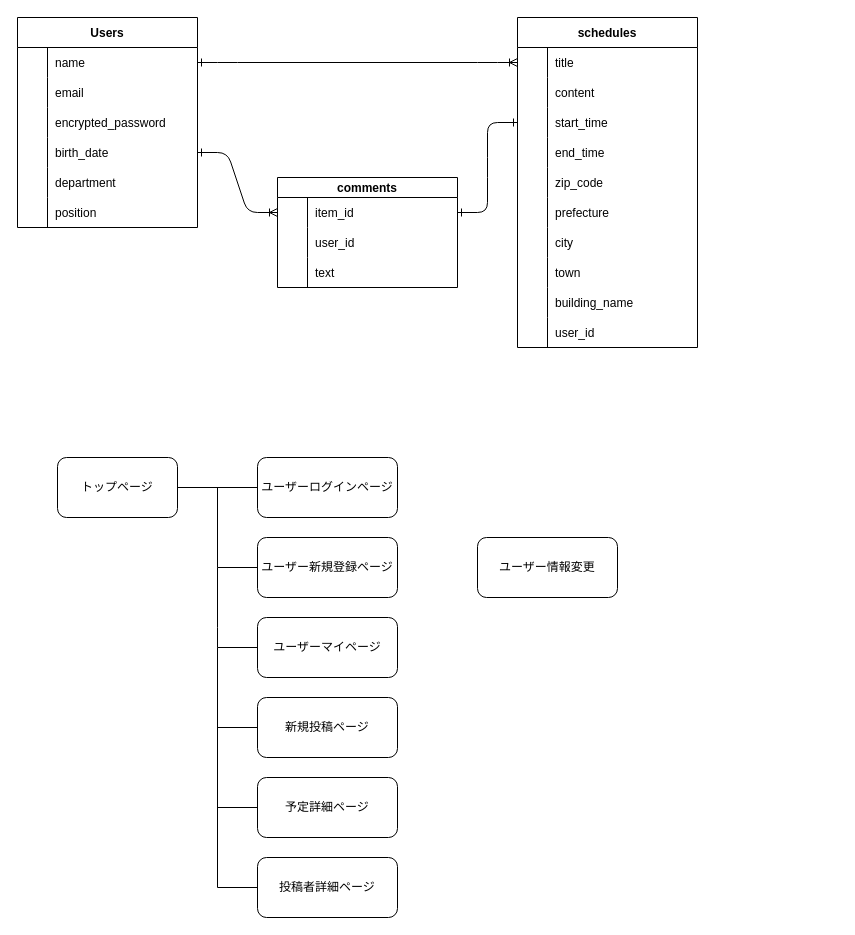
Above: schedule_calendar.dio in hirokichitana/schedule-calendar (draw.io), before the change. Source tidied: cells renumbered, new cells numbered last; positions are measured from the earlier drawing's top-left corner, leaving out a move shared by most shapes. Both pictures are drawn from the tidied source at 100%, with x=0, y=0 at pixel (17, 17).
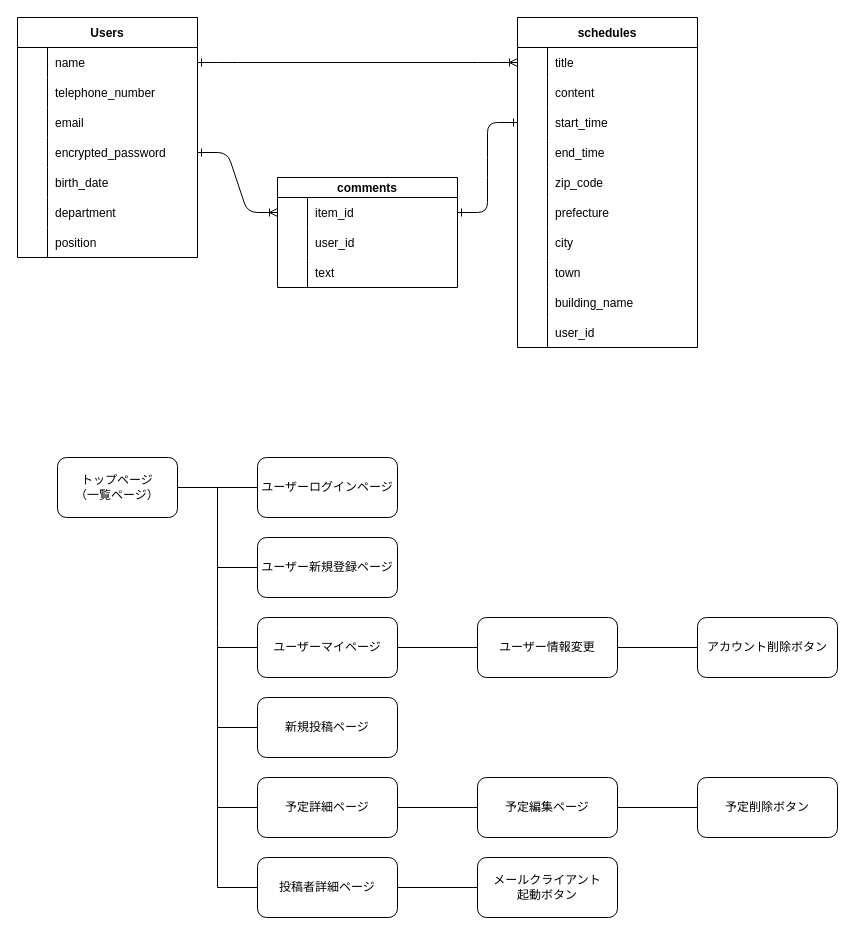
The same diagram, later.

Unchanged cells that the change refers to:
```xml
<mxCell id="37" style="shape=partialRectangle;fillColor=none;top=0;left=0;bottom=0;right=0;" parent="33" vertex="1">
  <mxGeometry y="60" width="180" height="30" as="geometry" />
</mxCell>
<mxCell id="40" style="shape=partialRectangle;fillColor=none;top=0;left=0;bottom=0;right=0;" parent="33" vertex="1">
  <mxGeometry y="90" width="180" height="30" as="geometry" />
</mxCell>
<mxCell id="43" style="shape=partialRectangle;fillColor=none;top=0;left=0;bottom=0;right=0;points=[[0,0.5],[1,0.5]];portConstraint=eastwest;" parent="33" vertex="1">
  <mxGeometry y="120" width="180" height="30" as="geometry" />
</mxCell>
<mxCell id="46" style="shape=partialRectangle;fillColor=none;top=0;left=0;bottom=0;right=0;" parent="33" vertex="1">
  <mxGeometry y="150" width="180" height="30" as="geometry" />
</mxCell>
<mxCell id="49" style="shape=partialRectangle;fillColor=none;top=0;left=0;bottom=0;right=0;" parent="33" vertex="1">
  <mxGeometry y="180" width="180" height="30" as="geometry" />
</mxCell>
<mxCell id="71" value="ユーザーマイページ" style="rounded=1;whiteSpace=wrap;html=1;" parent="1" vertex="1">
  <mxGeometry x="240" y="600" width="140" height="60" as="geometry" />
</mxCell>
<mxCell id="73" value="予定詳細ページ" style="rounded=1;whiteSpace=wrap;html=1;" parent="1" vertex="1">
  <mxGeometry x="240" y="760" width="140" height="60" as="geometry" />
</mxCell>
<mxCell id="74" value="投稿者詳細ページ" style="rounded=1;whiteSpace=wrap;html=1;" parent="1" vertex="1">
  <mxGeometry x="240" y="840" width="140" height="60" as="geometry" />
</mxCell>
```

The edit, as a diff of the source:
```diff
@@
     <mxCell id="33" value="Users" style="shape=table;startSize=30;childLayout=tableLayout;rowLines=0;fontStyle=1;align=center;" parent="1" vertex="1">
-      <mxGeometry width="180" height="210" as="geometry" />
+      <mxGeometry width="180" height="240" as="geometry" />
     </mxCell>
@@
-    <mxCell id="39" value="email" style="shape=partialRectangle;fillColor=none;top=0;left=0;bottom=0;right=0;align=left;spacingLeft=6;overflow=hidden;" parent="37" vertex="1">
+    <mxCell id="39" value="telephone_number" style="shape=partialRectangle;fillColor=none;top=0;left=0;bottom=0;right=0;align=left;spacingLeft=6;overflow=hidden;" parent="37" vertex="1">
       <mxGeometry x="30" width="150" height="30" as="geometry" />
     </mxCell>
@@
-    <mxCell id="42" value="encrypted_password" style="shape=partialRectangle;fillColor=none;top=0;left=0;bottom=0;right=0;align=left;spacingLeft=6;overflow=hidden;" parent="40" vertex="1">
+    <mxCell id="42" value="email" style="shape=partialRectangle;fillColor=none;top=0;left=0;bottom=0;right=0;align=left;spacingLeft=6;overflow=hidden;" parent="40" vertex="1">
       <mxGeometry x="30" width="150" height="30" as="geometry" />
     </mxCell>
@@
-    <mxCell id="45" value="birth_date" style="shape=partialRectangle;fillColor=none;top=0;left=0;bottom=0;right=0;align=left;spacingLeft=6;overflow=hidden;" parent="43" vertex="1">
+    <mxCell id="45" value="encrypted_password" style="shape=partialRectangle;fillColor=none;top=0;left=0;bottom=0;right=0;align=left;spacingLeft=6;overflow=hidden;" parent="43" vertex="1">
       <mxGeometry x="30" width="150" height="30" as="geometry" />
     </mxCell>
@@
-    <mxCell id="48" value="department" style="shape=partialRectangle;fillColor=none;top=0;left=0;bottom=0;right=0;align=left;spacingLeft=6;overflow=hidden;" parent="46" vertex="1">
+    <mxCell id="48" value="birth_date" style="shape=partialRectangle;fillColor=none;top=0;left=0;bottom=0;right=0;align=left;spacingLeft=6;overflow=hidden;" parent="46" vertex="1">
       <mxGeometry x="30" width="150" height="30" as="geometry" />
     </mxCell>
@@
-    <mxCell id="51" value="position" style="shape=partialRectangle;fillColor=none;top=0;left=0;bottom=0;right=0;align=left;spacingLeft=6;overflow=hidden;" parent="49" vertex="1">
+    <mxCell id="51" value="department" style="shape=partialRectangle;fillColor=none;top=0;left=0;bottom=0;right=0;align=left;spacingLeft=6;overflow=hidden;" parent="49" vertex="1">
       <mxGeometry x="30" width="150" height="30" as="geometry" />
     </mxCell>
+    <mxCell id="81" style="shape=partialRectangle;fillColor=none;top=0;left=0;bottom=0;right=0;" parent="33" vertex="1">
+      <mxGeometry y="210" width="180" height="30" as="geometry" />
+    </mxCell>
+    <mxCell id="82" style="shape=partialRectangle;fillColor=none;top=0;left=0;bottom=0;right=0;overflow=hidden;" parent="81" vertex="1">
+      <mxGeometry width="30" height="30" as="geometry" />
+    </mxCell>
+    <mxCell id="83" value="position" style="shape=partialRectangle;fillColor=none;top=0;left=0;bottom=0;right=0;align=left;spacingLeft=6;overflow=hidden;" parent="81" vertex="1">
+      <mxGeometry x="30" width="150" height="30" as="geometry" />
+    </mxCell>
@@
-    <mxCell id="65" value="トップページ" style="rounded=1;whiteSpace=wrap;html=1;" parent="1" vertex="1">
+    <mxCell id="65" value="トップページ&lt;br&gt;（一覧ページ）" style="rounded=1;whiteSpace=wrap;html=1;" parent="1" vertex="1">
       <mxGeometry x="40" y="440" width="120" height="60" as="geometry" />
     </mxCell>
@@
     <mxCell id="80" value="ユーザー情報変更" style="rounded=1;whiteSpace=wrap;html=1;" parent="1" vertex="1">
-      <mxGeometry x="460" y="520" width="140" height="60" as="geometry" />
+      <mxGeometry x="460" y="600" width="140" height="60" as="geometry" />
     </mxCell>
+    <mxCell id="84" value="アカウント削除ボタン" style="rounded=1;whiteSpace=wrap;html=1;" parent="1" vertex="1">
+      <mxGeometry x="680" y="600" width="140" height="60" as="geometry" />
+    </mxCell>
+    <mxCell id="85" style="endArrow=none;html=1;exitX=1;exitY=0.5;exitDx=0;exitDy=0;entryX=0;entryY=0.5;entryDx=0;entryDy=0;" parent="1" edge="1" source="71" target="80">
+      <mxGeometry relative="1" as="geometry" />
+    </mxCell>
+    <mxCell id="86" style="endArrow=none;html=1;entryX=0;entryY=0.5;entryDx=0;entryDy=0;exitX=1;exitY=0.5;exitDx=0;exitDy=0;" parent="1" edge="1" source="80" target="84">
+      <mxGeometry relative="1" as="geometry" />
+    </mxCell>
+    <mxCell id="87" value="予定編集ページ" style="rounded=1;whiteSpace=wrap;html=1;" parent="1" vertex="1">
+      <mxGeometry x="460" y="760" width="140" height="60" as="geometry" />
+    </mxCell>
+    <mxCell id="88" value="予定削除ボタン" style="rounded=1;whiteSpace=wrap;html=1;" parent="1" vertex="1">
+      <mxGeometry x="680" y="760" width="140" height="60" as="geometry" />
+    </mxCell>
+    <mxCell id="89" value="メールクライアント&lt;br&gt;起動ボタン" style="rounded=1;whiteSpace=wrap;html=1;" parent="1" vertex="1">
+      <mxGeometry x="460" y="840" width="140" height="60" as="geometry" />
+    </mxCell>
+    <mxCell id="90" style="endArrow=none;html=1;exitX=1;exitY=0.5;exitDx=0;exitDy=0;entryX=0;entryY=0.5;entryDx=0;entryDy=0;" parent="1" edge="1" source="73" target="87">
+      <mxGeometry relative="1" as="geometry" />
+    </mxCell>
+    <mxCell id="91" style="endArrow=none;html=1;entryX=0;entryY=0.5;entryDx=0;entryDy=0;" parent="1" edge="1" source="87" target="88">
+      <mxGeometry relative="1" as="geometry" />
+    </mxCell>
+    <mxCell id="92" style="endArrow=none;html=1;exitX=1;exitY=0.5;exitDx=0;exitDy=0;entryX=0;entryY=0.5;entryDx=0;entryDy=0;" parent="1" edge="1" source="74" target="89">
+      <mxGeometry relative="1" as="geometry" />
+    </mxCell>
```
